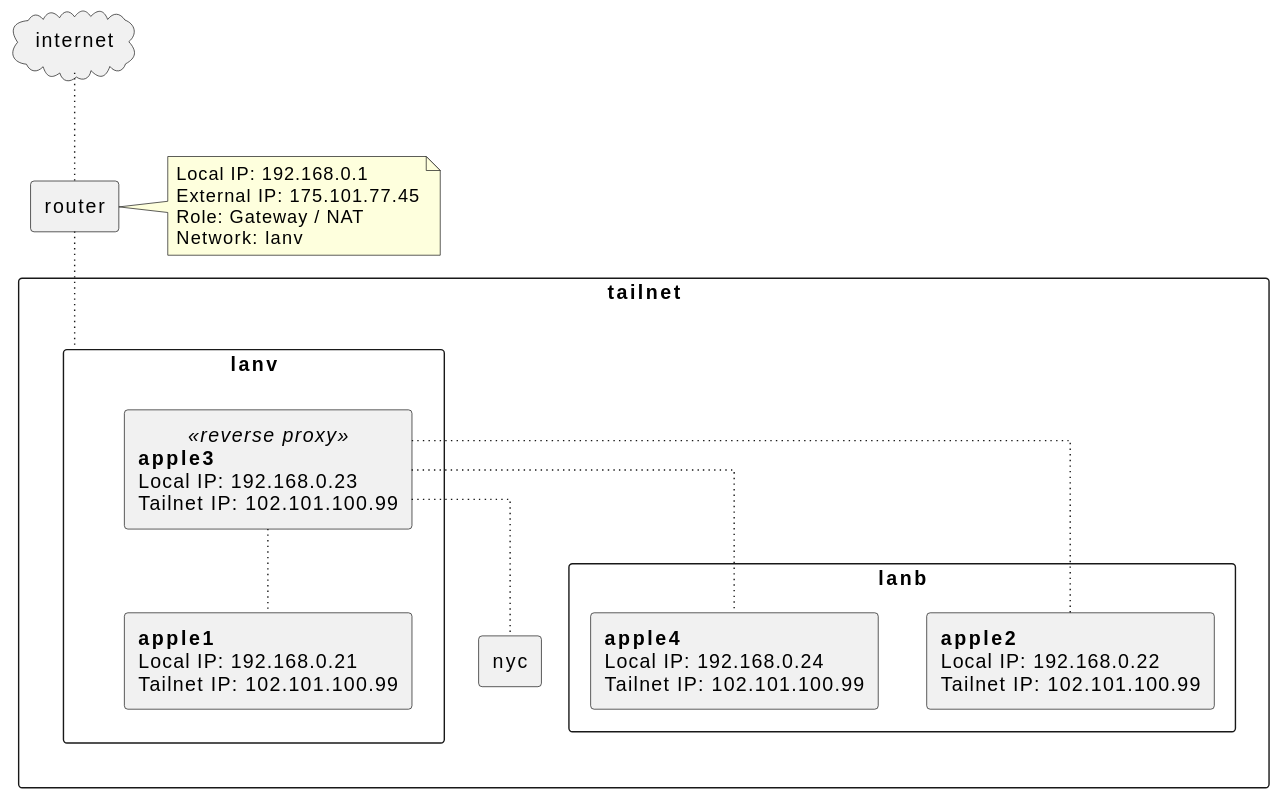
The PlantUML diagram posts/cloud-setup/cloud-map.svg in rhlpyd/rubberduck, before a commit.
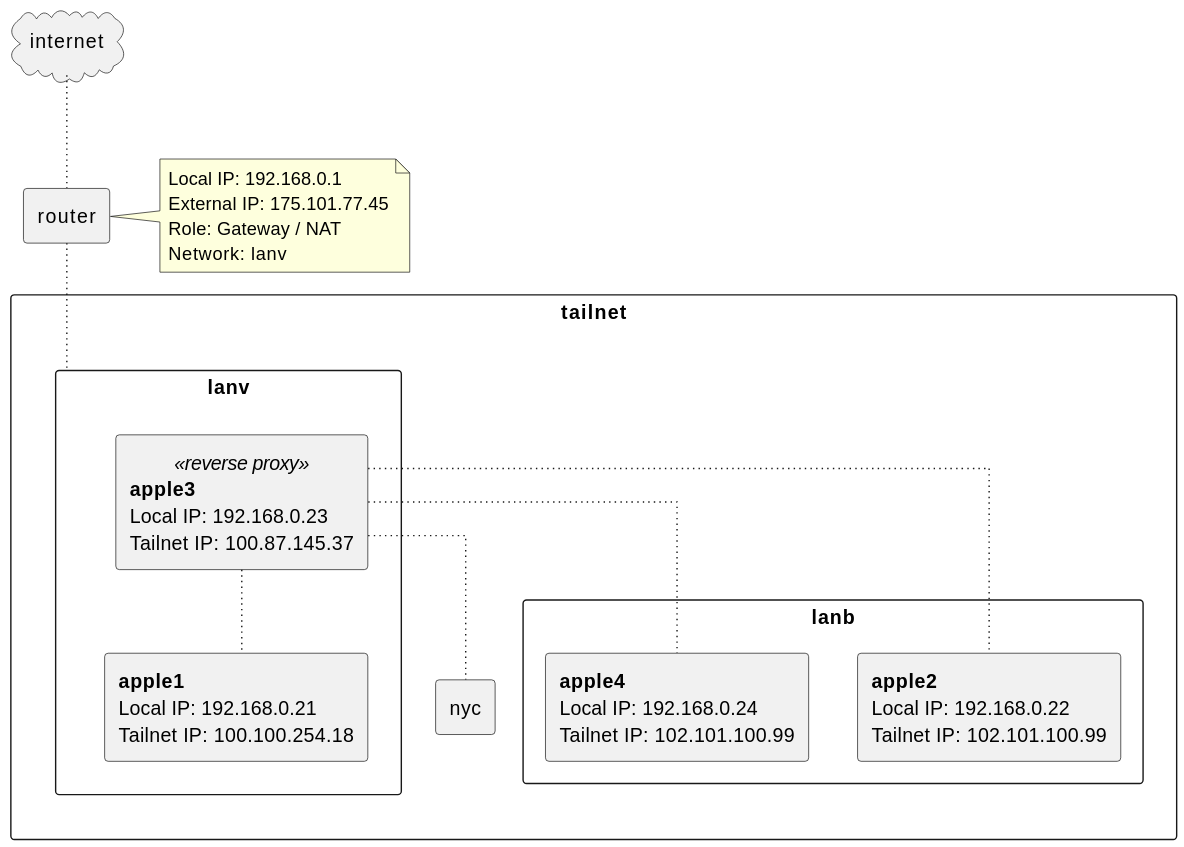
Above is the later version.

Commit message:
Deploying static site

Change to the diagram source:
```diff
@@ -8,8 +8,8 @@
 
 rectangle tailnet {
  rectangle lanv {
-  rectangle "<b>apple1\nLocal IP: 192.168.0.21\nTailnet IP: 102.101.100.99" as apple1
-  rectangle "<b>apple3\nLocal IP: 192.168.0.23\nTailnet IP: 102.101.100.99" <<reverse proxy>> as apple3
+  rectangle "<b>apple1\nLocal IP: 192.168.0.21\nTailnet IP: 100.100.254.18" as apple1
+  rectangle "<b>apple3\nLocal IP: 192.168.0.23\nTailnet IP: 100.87.145.37" <<reverse proxy>> as apple3
  }
 
  rectangle lanb {
```
